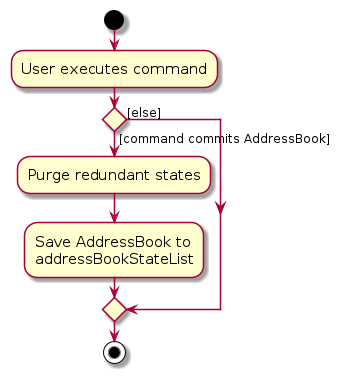
This is diagrams/CommitActivityDiagram.png from AY2627S1-CS2103T-T13-1/tp, a PlantUML export, as it was before one commit. Its source is kept beside it as diagrams/CommitActivityDiagram.puml.
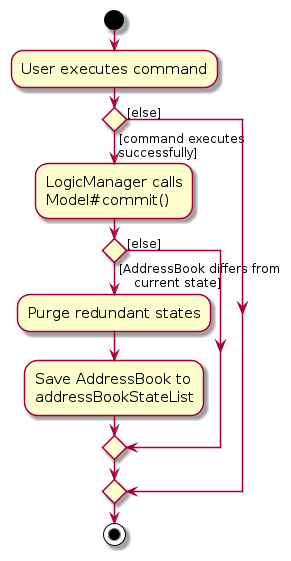
After the commit.

Diff of the diagram source:
```diff
@@ -6,10 +6,17 @@
 :User executes command;
 
 
-if () then ([command commits AddressBook])
-    :Purge redundant states;
-    :Save AddressBook to
-    addressBookStateList;
+if () then ([command executes
+successfully])
+    :LogicManager calls
+    Model#commit();
+    if () then ([AddressBook differs from
+    current state])
+        :Purge redundant states;
+        :Save AddressBook to
+        addressBookStateList;
+    else ([else])
+    endif
 else ([else])
 endif
 stop
```
